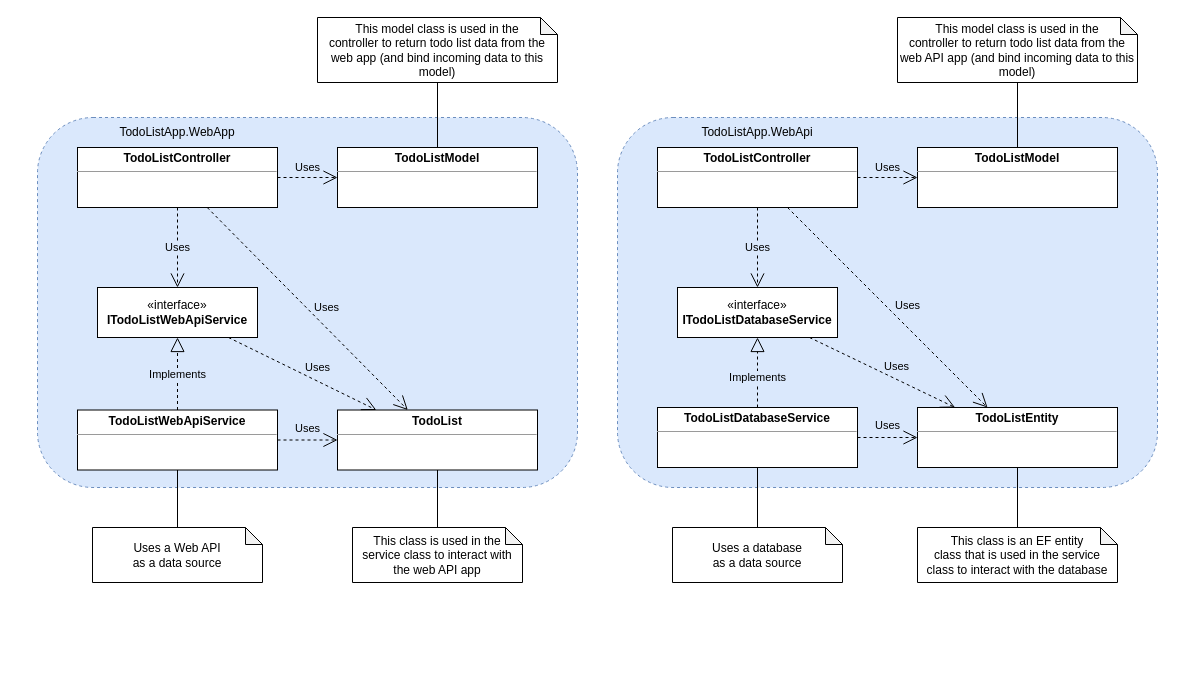
Earlier version of the draw.io diagram page "class-diagram" (3 of 5) of images/diagrams.drawio (yxvnyk/todo-list-app). Source tidied: cells renumbered, new cells numbered last; positions are measured from the earlier drawing's top-left corner, leaving out a move shared by most shapes. Both pictures are drawn from the tidied source at 100%, with x=0, y=0 at pixel (37, 17).
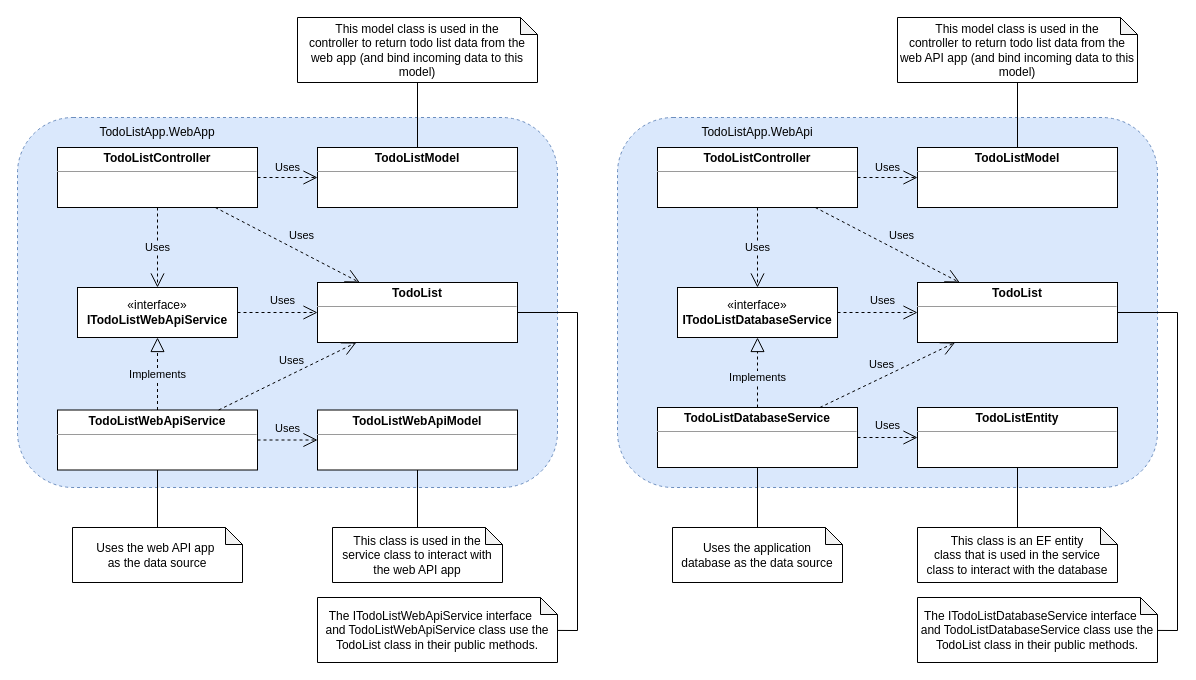
Above is the later version.

Unchanged cells that the change refers to:
```xml
<mxCell id="4" value="«interface»&lt;br&gt;&lt;b&gt;ITodoListDatabaseService&lt;br&gt;&lt;/b&gt;" style="html=1;whiteSpace=wrap;" parent="1" vertex="1">
  <mxGeometry x="640" y="270" width="160" height="50" as="geometry" />
</mxCell>
<mxCell id="5" value="&lt;p style=&quot;margin:0px;margin-top:4px;text-align:center;&quot;&gt;&lt;b&gt;TodoListDatabaseService&lt;/b&gt;&lt;/p&gt;&lt;hr size=&quot;1&quot;&gt;&lt;div style=&quot;height:2px;&quot;&gt;&lt;/div&gt;" style="verticalAlign=top;align=left;overflow=fill;fontSize=12;fontFamily=Helvetica;html=1;whiteSpace=wrap;" parent="1" vertex="1">
  <mxGeometry x="620" y="390" width="200" height="60" as="geometry" />
</mxCell>
<mxCell id="10" value="&lt;p style=&quot;margin:0px;margin-top:4px;text-align:center;&quot;&gt;&lt;b&gt;TodoListController&lt;/b&gt;&lt;/p&gt;&lt;hr size=&quot;1&quot;&gt;&lt;div style=&quot;height:2px;&quot;&gt;&lt;/div&gt;" style="verticalAlign=top;align=left;overflow=fill;fontSize=12;fontFamily=Helvetica;html=1;whiteSpace=wrap;" parent="1" vertex="1">
  <mxGeometry x="620" y="130" width="200" height="60" as="geometry" />
</mxCell>
<mxCell id="32" value="&lt;p style=&quot;margin:0px;margin-top:4px;text-align:center;&quot;&gt;&lt;b&gt;TodoListEntity&lt;/b&gt;&lt;/p&gt;&lt;hr size=&quot;1&quot;&gt;&lt;div style=&quot;height:2px;&quot;&gt;&lt;/div&gt;" style="verticalAlign=top;align=left;overflow=fill;fontSize=12;fontFamily=Helvetica;html=1;whiteSpace=wrap;" parent="1" vertex="1">
  <mxGeometry x="880" y="390" width="200" height="60" as="geometry" />
</mxCell>
```

What changed in the source:
```diff
@@
     <mxCell id="2" style="rounded=1;whiteSpace=wrap;html=1;fillColor=#dae8fc;dashed=1;strokeColor=#6c8ebf;" parent="1" vertex="1">
-      <mxGeometry y="100" width="540" height="370" as="geometry" />
+      <mxGeometry x="-20" y="100" width="540" height="370" as="geometry" />
     </mxCell>
@@
     <mxCell id="8" value="&lt;p style=&quot;margin:0px;margin-top:4px;text-align:center;&quot;&gt;&lt;b&gt;TodoListController&lt;/b&gt;&lt;/p&gt;&lt;hr size=&quot;1&quot;&gt;&lt;div style=&quot;height:2px;&quot;&gt;&lt;/div&gt;" style="verticalAlign=top;align=left;overflow=fill;fontSize=12;fontFamily=Helvetica;html=1;whiteSpace=wrap;" parent="1" vertex="1">
-      <mxGeometry x="40" y="130" width="200" height="60" as="geometry" />
+      <mxGeometry x="20" y="130" width="200" height="60" as="geometry" />
     </mxCell>
     <mxCell id="9" value="TodoListApp.WebApp" style="text;html=1;strokeColor=none;fillColor=none;align=center;verticalAlign=middle;whiteSpace=wrap;rounded=0;" parent="1" vertex="1">
-      <mxGeometry x="40" y="100" width="200" height="30" as="geometry" />
+      <mxGeometry x="20" y="100" width="200" height="30" as="geometry" />
     </mxCell>
@@
-    <mxCell id="14" value="Uses a Web API&lt;br&gt;as a data source" style="shape=note;whiteSpace=wrap;html=1;backgroundOutline=1;darkOpacity=0.05;align=center;size=17;" parent="1" vertex="1">
-      <mxGeometry x="55" y="510" width="170" height="55" as="geometry" />
+    <mxCell id="14" value="Uses the web API app&amp;nbsp;&lt;br&gt;as the data source" style="shape=note;whiteSpace=wrap;html=1;backgroundOutline=1;darkOpacity=0.05;align=center;size=17;" parent="1" vertex="1">
+      <mxGeometry x="35" y="510" width="170" height="55" as="geometry" />
     </mxCell>
-    <mxCell id="15" value="Uses a database&lt;br&gt;as a data source" style="shape=note;whiteSpace=wrap;html=1;backgroundOutline=1;darkOpacity=0.05;align=center;size=17;" parent="1" vertex="1">
+    <mxCell id="15" value="Uses the application&lt;br&gt;database&amp;nbsp;as the data source" style="shape=note;whiteSpace=wrap;html=1;backgroundOutline=1;darkOpacity=0.05;align=center;size=17;" parent="1" vertex="1">
       <mxGeometry x="635" y="510" width="170" height="55" as="geometry" />
     </mxCell>
@@
     <mxCell id="18" value="«interface»&lt;br&gt;&lt;b&gt;ITodoListWebApiService&lt;br&gt;&lt;/b&gt;" style="html=1;whiteSpace=wrap;" parent="1" vertex="1">
-      <mxGeometry x="60" y="270" width="160" height="50" as="geometry" />
+      <mxGeometry x="40" y="270" width="160" height="50" as="geometry" />
     </mxCell>
     <mxCell id="19" value="&lt;p style=&quot;margin:0px;margin-top:4px;text-align:center;&quot;&gt;&lt;b&gt;TodoListWebApiService&lt;/b&gt;&lt;/p&gt;&lt;hr size=&quot;1&quot;&gt;&lt;div style=&quot;height:2px;&quot;&gt;&lt;/div&gt;" style="verticalAlign=top;align=left;overflow=fill;fontSize=12;fontFamily=Helvetica;html=1;whiteSpace=wrap;" parent="1" vertex="1">
-      <mxGeometry x="40" y="392.5" width="200" height="60" as="geometry" />
+      <mxGeometry x="20" y="392.5" width="200" height="60" as="geometry" />
     </mxCell>
     <mxCell id="20" value="&lt;p style=&quot;margin:0px;margin-top:4px;text-align:center;&quot;&gt;&lt;b&gt;TodoListModel&lt;/b&gt;&lt;/p&gt;&lt;hr size=&quot;1&quot;&gt;&lt;div style=&quot;height:2px;&quot;&gt;&lt;/div&gt;" style="verticalAlign=top;align=left;overflow=fill;fontSize=12;fontFamily=Helvetica;html=1;whiteSpace=wrap;" parent="1" vertex="1">
-      <mxGeometry x="300" y="130" width="200" height="60" as="geometry" />
+      <mxGeometry x="280" y="130" width="200" height="60" as="geometry" />
     </mxCell>
-    <mxCell id="21" value="&lt;p style=&quot;margin:0px;margin-top:4px;text-align:center;&quot;&gt;&lt;b&gt;TodoList&lt;/b&gt;&lt;/p&gt;&lt;hr size=&quot;1&quot;&gt;&lt;div style=&quot;height:2px;&quot;&gt;&lt;/div&gt;" style="verticalAlign=top;align=left;overflow=fill;fontSize=12;fontFamily=Helvetica;html=1;whiteSpace=wrap;" parent="1" vertex="1">
-      <mxGeometry x="300" y="392.5" width="200" height="60" as="geometry" />
+    <mxCell id="21" value="&lt;p style=&quot;margin:0px;margin-top:4px;text-align:center;&quot;&gt;&lt;b&gt;TodoListWebApiModel&lt;/b&gt;&lt;/p&gt;&lt;hr size=&quot;1&quot;&gt;&lt;div style=&quot;height:2px;&quot;&gt;&lt;/div&gt;" style="verticalAlign=top;align=left;overflow=fill;fontSize=12;fontFamily=Helvetica;html=1;whiteSpace=wrap;" parent="1" vertex="1">
+      <mxGeometry x="280" y="392.5" width="200" height="60" as="geometry" />
     </mxCell>
@@
-    <mxCell id="24" value="Uses" style="endArrow=open;endSize=12;dashed=1;html=1;rounded=0;labelBackgroundColor=none;" parent="1" edge="1" source="8" target="21">
+    <mxCell id="24" value="Uses" style="endArrow=open;endSize=12;dashed=1;html=1;rounded=0;labelBackgroundColor=none;" parent="1" edge="1" source="8" target="45">
       <mxGeometry x="0.09" y="15" relative="1" as="geometry" />
     </mxCell>
-    <mxCell id="25" value="Uses" style="endArrow=open;endSize=12;dashed=1;html=1;rounded=0;labelBackgroundColor=none;" parent="1" edge="1" source="18" target="21">
+    <mxCell id="25" value="Uses" style="endArrow=open;endSize=12;dashed=1;html=1;rounded=0;labelBackgroundColor=none;" parent="1" edge="1" source="18" target="45">
       <mxGeometry x="0.13" y="12" relative="1" as="geometry" />
     </mxCell>
     <mxCell id="26" value="This model class is used in the&lt;br&gt;controller to return todo list data from the web app (and bind incoming data to this model)" style="shape=note;whiteSpace=wrap;html=1;backgroundOutline=1;darkOpacity=0.05;align=center;size=17;" parent="1" vertex="1">
-      <mxGeometry x="280" width="240" height="65" as="geometry" />
+      <mxGeometry x="260" width="240" height="65" as="geometry" />
     </mxCell>
@@
     <mxCell id="28" value="This class is used in the service class to interact with the web API app" style="shape=note;whiteSpace=wrap;html=1;backgroundOutline=1;darkOpacity=0.05;align=center;size=17;" parent="1" vertex="1">
-      <mxGeometry x="315" y="510" width="170" height="55" as="geometry" />
+      <mxGeometry x="295" y="510" width="170" height="55" as="geometry" />
     </mxCell>
@@
-    <mxCell id="38" value="Uses" style="endArrow=open;endSize=12;dashed=1;html=1;rounded=0;labelBackgroundColor=none;" parent="1" edge="1" source="10" target="32">
+    <mxCell id="38" value="Uses" style="endArrow=open;endSize=12;dashed=1;html=1;rounded=0;labelBackgroundColor=none;" parent="1" edge="1" source="10" target="40">
       <mxGeometry x="0.09" y="15" relative="1" as="geometry" />
     </mxCell>
-    <mxCell id="39" value="Uses" style="endArrow=open;endSize=12;dashed=1;html=1;rounded=0;labelBackgroundColor=none;" parent="1" edge="1" source="4" target="32">
+    <mxCell id="39" value="Uses" style="endArrow=open;endSize=12;dashed=1;html=1;rounded=0;labelBackgroundColor=none;" parent="1" edge="1" source="4" target="40">
       <mxGeometry x="0.13" y="12" relative="1" as="geometry" />
     </mxCell>
+    <mxCell id="40" value="&lt;p style=&quot;margin:0px;margin-top:4px;text-align:center;&quot;&gt;&lt;b&gt;TodoList&lt;/b&gt;&lt;/p&gt;&lt;hr size=&quot;1&quot;&gt;&lt;div style=&quot;height:2px;&quot;&gt;&lt;/div&gt;" style="verticalAlign=top;align=left;overflow=fill;fontSize=12;fontFamily=Helvetica;html=1;whiteSpace=wrap;" parent="1" vertex="1">
+      <mxGeometry x="880" y="265" width="200" height="60" as="geometry" />
+    </mxCell>
+    <mxCell id="41" value="Uses" style="endArrow=open;endSize=12;dashed=1;html=1;rounded=0;labelBackgroundColor=none;" parent="1" edge="1" source="5" target="40">
+      <mxGeometry y="13" relative="1" as="geometry">
+        <mxPoint y="1" as="offset" />
+      </mxGeometry>
+    </mxCell>
+    <mxCell id="42" value="The ITodoListDatabaseService interface&amp;nbsp; &amp;nbsp;&amp;nbsp;&lt;br&gt;and TodoListDatabaseService class use the TodoList class in their public methods." style="shape=note;whiteSpace=wrap;html=1;backgroundOutline=1;darkOpacity=0.05;align=center;size=17;" parent="1" vertex="1">
+      <mxGeometry x="880" y="580" width="240" height="65" as="geometry" />
+    </mxCell>
+    <mxCell id="43" style="endArrow=none;html=1;rounded=0;" parent="1" edge="1" source="40" target="42">
+      <mxGeometry relative="1" as="geometry">
+        <Array as="points">
+          <mxPoint x="1140" y="295" />
+          <mxPoint x="1140" y="613" />
+        </Array>
+      </mxGeometry>
+    </mxCell>
+    <mxCell id="44" value="The ITodoListWebApiService interface&amp;nbsp; &amp;nbsp;&amp;nbsp;&lt;br&gt;and TodoListWebApiService class use the TodoList class in their public methods." style="shape=note;whiteSpace=wrap;html=1;backgroundOutline=1;darkOpacity=0.05;align=center;size=17;" parent="1" vertex="1">
+      <mxGeometry x="280" y="580" width="240" height="65" as="geometry" />
+    </mxCell>
+    <mxCell id="45" value="&lt;p style=&quot;margin:0px;margin-top:4px;text-align:center;&quot;&gt;&lt;b&gt;TodoList&lt;/b&gt;&lt;/p&gt;&lt;hr size=&quot;1&quot;&gt;&lt;div style=&quot;height:2px;&quot;&gt;&lt;/div&gt;" style="verticalAlign=top;align=left;overflow=fill;fontSize=12;fontFamily=Helvetica;html=1;whiteSpace=wrap;" parent="1" vertex="1">
+      <mxGeometry x="280" y="265" width="200" height="60" as="geometry" />
+    </mxCell>
+    <mxCell id="46" value="Uses" style="endArrow=open;endSize=12;dashed=1;html=1;rounded=0;labelBackgroundColor=none;" parent="1" edge="1" source="19" target="45">
+      <mxGeometry x="0.13" y="12" relative="1" as="geometry" />
+    </mxCell>
+    <mxCell id="47" style="endArrow=none;html=1;rounded=0;" parent="1" edge="1" source="45" target="44">
+      <mxGeometry relative="1" as="geometry">
+        <Array as="points">
+          <mxPoint x="540" y="295" />
+          <mxPoint x="540" y="613" />
+        </Array>
+      </mxGeometry>
+    </mxCell>
```
